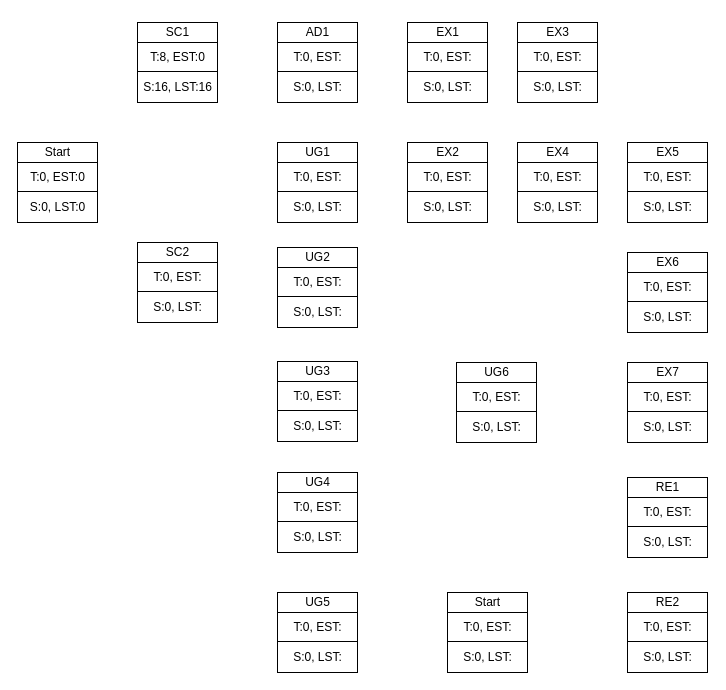
The draw.io diagram CPM.drawio in jonamadk/DrawIO, before the edit. Source tidied: cells renumbered, new cells numbered last; positions are measured from the earlier drawing's top-left corner, leaving out a move shared by most shapes. Both pictures are drawn from the tidied source at 100%, with x=0, y=0 at pixel (17, 17).
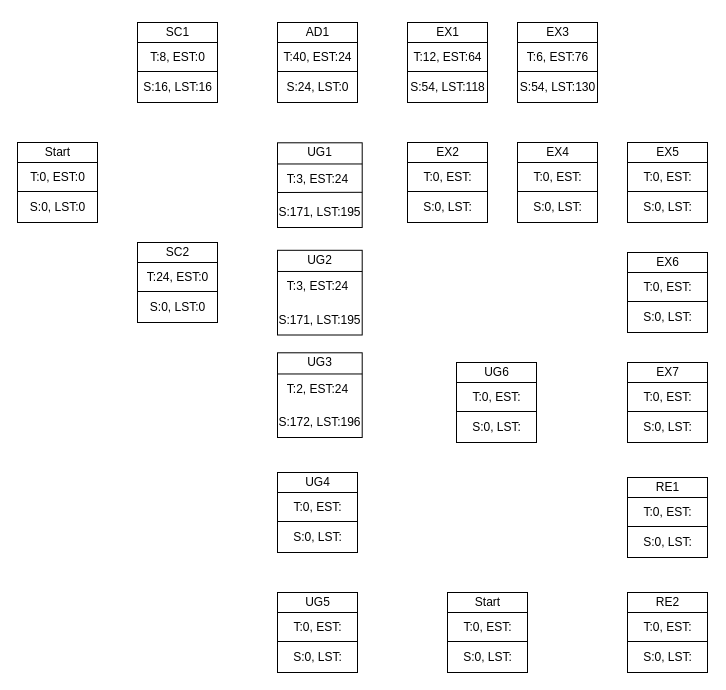
Above is the later version.

The change refers to these unchanged cells:
```xml
<mxCell id="9" style="group;" parent="1" vertex="1">
  <mxGeometry x="120" y="220" width="80" height="85" as="geometry" />
</mxCell>
```

Change to the diagram source:
```diff
@@
-    <mxCell id="14" value="T:0, EST:" style="text;html=1;align=center;verticalAlign=middle;strokeColor=none;fillColor=none;" parent="9" vertex="1">
-      <mxGeometry x="5" y="25" width="70" height="30" as="geometry" />
+    <mxCell id="14" value="T:24, EST:0" style="text;html=1;align=center;verticalAlign=middle;strokeColor=none;fillColor=none;" parent="9" vertex="1">
+      <mxGeometry y="25" width="80" height="30" as="geometry" />
     </mxCell>
-    <mxCell id="15" value="S:0, LST:" style="text;html=1;align=center;verticalAlign=middle;strokeColor=none;fillColor=none;" parent="9" vertex="1">
-      <mxGeometry x="5" y="55" width="70" height="30" as="geometry" />
+    <mxCell id="15" value="S:0, LST:0" style="text;html=1;align=center;verticalAlign=middle;strokeColor=none;fillColor=none;" parent="9" vertex="1">
+      <mxGeometry y="55" width="80" height="30" as="geometry" />
     </mxCell>
@@
-    <mxCell id="44" style="group;" parent="1" vertex="1">
-      <mxGeometry x="260" y="339" width="80" height="85" as="geometry" />
-    </mxCell>
-    <mxCell id="45" style="whiteSpace=wrap;html=1;" parent="44" vertex="1">
-      <mxGeometry y="5" width="80" height="80" as="geometry" />
-    </mxCell>
-    <mxCell id="46" style="endArrow=none;html=1;rounded=0;exitX=0;exitY=0.25;exitDx=0;exitDy=0;entryX=1;entryY=0.25;entryDx=0;entryDy=0;" parent="44" edge="1" source="45" target="45">
-      <mxGeometry relative="1" as="geometry" />
-    </mxCell>
-    <mxCell id="47" value="UG3" style="text;html=1;align=center;verticalAlign=middle;strokeColor=none;fillColor=none;" parent="44" vertex="1">
-      <mxGeometry x="15" width="50" height="30" as="geometry" />
-    </mxCell>
-    <mxCell id="48" style="endArrow=none;html=1;rounded=0;exitX=0;exitY=0.75;exitDx=0;exitDy=0;entryX=1;entryY=0.75;entryDx=0;entryDy=0;" parent="44" edge="1">
-      <mxGeometry relative="1" as="geometry">
-        <mxPoint y="54" as="sourcePoint" />
-        <mxPoint x="80" y="54" as="targetPoint" />
-      </mxGeometry>
-    </mxCell>
-    <mxCell id="49" value="T:0, EST:" style="text;html=1;align=center;verticalAlign=middle;strokeColor=none;fillColor=none;" parent="44" vertex="1">
-      <mxGeometry x="5" y="25" width="70" height="30" as="geometry" />
-    </mxCell>
-    <mxCell id="50" value="S:0, LST:" style="text;html=1;align=center;verticalAlign=middle;strokeColor=none;fillColor=none;" parent="44" vertex="1">
-      <mxGeometry x="5" y="55" width="70" height="30" as="geometry" />
-    </mxCell>
-    <mxCell id="51" style="group;" parent="1" vertex="1">
-      <mxGeometry x="260" y="225" width="80" height="85" as="geometry" />
-    </mxCell>
-    <mxCell id="52" style="whiteSpace=wrap;html=1;" parent="51" vertex="1">
-      <mxGeometry y="5" width="80" height="80" as="geometry" />
-    </mxCell>
-    <mxCell id="53" style="endArrow=none;html=1;rounded=0;exitX=0;exitY=0.25;exitDx=0;exitDy=0;entryX=1;entryY=0.25;entryDx=0;entryDy=0;" parent="51" edge="1" source="52" target="52">
-      <mxGeometry relative="1" as="geometry" />
-    </mxCell>
-    <mxCell id="54" value="UG2" style="text;html=1;align=center;verticalAlign=middle;strokeColor=none;fillColor=none;" parent="51" vertex="1">
-      <mxGeometry x="15" width="50" height="30" as="geometry" />
-    </mxCell>
-    <mxCell id="55" style="endArrow=none;html=1;rounded=0;exitX=0;exitY=0.75;exitDx=0;exitDy=0;entryX=1;entryY=0.75;entryDx=0;entryDy=0;" parent="51" edge="1">
-      <mxGeometry relative="1" as="geometry">
-        <mxPoint y="54" as="sourcePoint" />
-        <mxPoint x="80" y="54" as="targetPoint" />
-      </mxGeometry>
-    </mxCell>
-    <mxCell id="56" value="T:0, EST:" style="text;html=1;align=center;verticalAlign=middle;strokeColor=none;fillColor=none;" parent="51" vertex="1">
-      <mxGeometry x="5" y="25" width="70" height="30" as="geometry" />
-    </mxCell>
-    <mxCell id="57" value="S:0, LST:" style="text;html=1;align=center;verticalAlign=middle;strokeColor=none;fillColor=none;" parent="51" vertex="1">
-      <mxGeometry x="5" y="55" width="70" height="30" as="geometry" />
-    </mxCell>
     <mxCell id="58" style="group;" parent="1" vertex="1">
-      <mxGeometry x="260" y="120" width="80" height="85" as="geometry" />
+      <mxGeometry x="260" y="120" width="110" height="90" as="geometry" />
     </mxCell>
     <mxCell id="59" style="whiteSpace=wrap;html=1;" parent="58" vertex="1">
-      <mxGeometry y="5" width="80" height="80" as="geometry" />
+      <mxGeometry y="5.3" width="84.7" height="84.7" as="geometry" />
     </mxCell>
@@
     <mxCell id="61" value="UG1" style="text;html=1;align=center;verticalAlign=middle;strokeColor=none;fillColor=none;" parent="58" vertex="1">
-      <mxGeometry x="15" width="50" height="30" as="geometry" />
+      <mxGeometry x="17.4" width="50" height="30" as="geometry" />
     </mxCell>
-    <mxCell id="62" style="endArrow=none;html=1;rounded=0;exitX=0;exitY=0.75;exitDx=0;exitDy=0;entryX=1;entryY=0.75;entryDx=0;entryDy=0;" parent="58" edge="1">
-      <mxGeometry relative="1" as="geometry">
-        <mxPoint y="54" as="sourcePoint" />
-        <mxPoint x="80" y="54" as="targetPoint" />
-      </mxGeometry>
-    </mxCell>
+    <mxCell id="64" value="S:171, LST:195" style="text;html=1;align=center;verticalAlign=middle;strokeColor=none;fillColor=none;" parent="58" vertex="1">
+      <mxGeometry x="-12.6" y="60" width="110" height="30" as="geometry" />
+    </mxCell>
-    <mxCell id="63" value="T:0, EST:" style="text;html=1;align=center;verticalAlign=middle;strokeColor=none;fillColor=none;" parent="58" vertex="1">
-      <mxGeometry x="5" y="25" width="70" height="30" as="geometry" />
+    <mxCell id="63" value="T:3, EST:24" style="text;html=1;align=center;verticalAlign=middle;strokeColor=none;fillColor=none;" parent="58" vertex="1">
+      <mxGeometry y="26.5" width="80" height="30" as="geometry" />
     </mxCell>
-    <mxCell id="64" value="S:0, LST:" style="text;html=1;align=center;verticalAlign=middle;strokeColor=none;fillColor=none;" parent="58" vertex="1">
-      <mxGeometry x="5" y="55" width="70" height="30" as="geometry" />
-    </mxCell>
     <mxCell id="65" style="group;" parent="1" vertex="1">
-      <mxGeometry x="500" width="80" height="85" as="geometry" />
+      <mxGeometry x="500" width="90" height="85" as="geometry" />
     </mxCell>
@@
-    <mxCell id="70" value="T:0, EST:" style="text;html=1;align=center;verticalAlign=middle;strokeColor=none;fillColor=none;" parent="65" vertex="1">
-      <mxGeometry x="5" y="25" width="70" height="30" as="geometry" />
+    <mxCell id="70" value="T:6, EST:76" style="text;html=1;align=center;verticalAlign=middle;strokeColor=none;fillColor=none;" parent="65" vertex="1">
+      <mxGeometry y="25" width="80" height="30" as="geometry" />
     </mxCell>
-    <mxCell id="71" value="S:0, LST:" style="text;html=1;align=center;verticalAlign=middle;strokeColor=none;fillColor=none;" parent="65" vertex="1">
-      <mxGeometry x="5" y="55" width="70" height="30" as="geometry" />
+    <mxCell id="71" value="S:54, LST:130" style="text;html=1;align=center;verticalAlign=middle;strokeColor=none;fillColor=none;" parent="65" vertex="1">
+      <mxGeometry x="-10" y="55" width="100" height="30" as="geometry" />
     </mxCell>
     <mxCell id="72" style="group;" parent="1" vertex="1">
-      <mxGeometry x="390" width="80" height="85" as="geometry" />
+      <mxGeometry x="390" width="90" height="85" as="geometry" />
     </mxCell>
@@
-    <mxCell id="77" value="T:0, EST:" style="text;html=1;align=center;verticalAlign=middle;strokeColor=none;fillColor=none;" parent="72" vertex="1">
-      <mxGeometry x="5" y="25" width="70" height="30" as="geometry" />
+    <mxCell id="77" value="T:12, EST:64" style="text;html=1;align=center;verticalAlign=middle;strokeColor=none;fillColor=none;" parent="72" vertex="1">
+      <mxGeometry x="-5" y="25" width="90" height="30" as="geometry" />
     </mxCell>
-    <mxCell id="78" value="S:0, LST:" style="text;html=1;align=center;verticalAlign=middle;strokeColor=none;fillColor=none;" parent="72" vertex="1">
-      <mxGeometry x="5" y="55" width="70" height="30" as="geometry" />
+    <mxCell id="78" value="S:54, LST:118" style="text;html=1;align=center;verticalAlign=middle;strokeColor=none;fillColor=none;" parent="72" vertex="1">
+      <mxGeometry x="-10" y="55" width="100" height="30" as="geometry" />
     </mxCell>
     <mxCell id="79" style="group;" parent="1" vertex="1">
-      <mxGeometry x="260" width="80" height="85" as="geometry" />
+      <mxGeometry x="260" width="85" height="85" as="geometry" />
     </mxCell>
@@
-    <mxCell id="84" value="T:0, EST:" style="text;html=1;align=center;verticalAlign=middle;strokeColor=none;fillColor=none;" parent="79" vertex="1">
-      <mxGeometry x="5" y="25" width="70" height="30" as="geometry" />
+    <mxCell id="84" value="T:40, EST:24" style="text;html=1;align=center;verticalAlign=middle;strokeColor=none;fillColor=none;" parent="79" vertex="1">
+      <mxGeometry x="-5" y="25" width="90" height="30" as="geometry" />
     </mxCell>
-    <mxCell id="85" value="S:0, LST:" style="text;html=1;align=center;verticalAlign=middle;strokeColor=none;fillColor=none;" parent="79" vertex="1">
-      <mxGeometry x="5" y="55" width="70" height="30" as="geometry" />
+    <mxCell id="85" value="S:24, LST:0" style="text;html=1;align=center;verticalAlign=middle;strokeColor=none;fillColor=none;" parent="79" vertex="1">
+      <mxGeometry x="-5" y="55" width="90" height="30" as="geometry" />
     </mxCell>
@@
+    <mxCell id="142" style="endArrow=none;html=1;rounded=0;entryX=1;entryY=0.75;entryDx=0;entryDy=0;" parent="1" edge="1">
+      <mxGeometry relative="1" as="geometry">
+        <mxPoint x="260" y="175" as="sourcePoint" />
+        <mxPoint x="344.7" y="174.8" as="targetPoint" />
+      </mxGeometry>
+    </mxCell>
+    <mxCell id="143" style="group;" parent="1" vertex="1">
+      <mxGeometry x="260" y="227.5" width="110" height="90" as="geometry" />
+    </mxCell>
+    <mxCell id="144" style="whiteSpace=wrap;html=1;" parent="143" vertex="1">
+      <mxGeometry y="5.3" width="84.7" height="84.7" as="geometry" />
+    </mxCell>
+    <mxCell id="145" style="endArrow=none;html=1;rounded=0;exitX=0;exitY=0.25;exitDx=0;exitDy=0;entryX=1;entryY=0.25;entryDx=0;entryDy=0;" parent="143" edge="1" source="144" target="144">
+      <mxGeometry relative="1" as="geometry" />
+    </mxCell>
+    <mxCell id="54" value="UG2" style="text;html=1;align=center;verticalAlign=middle;strokeColor=none;fillColor=none;" parent="143" vertex="1">
+      <mxGeometry x="17.4" width="50" height="30" as="geometry" />
+    </mxCell>
+    <mxCell id="146" value="S:171, LST:195" style="text;html=1;align=center;verticalAlign=middle;strokeColor=none;fillColor=none;" parent="143" vertex="1">
+      <mxGeometry x="-12.6" y="60" width="110" height="30" as="geometry" />
+    </mxCell>
+    <mxCell id="147" value="T:3, EST:24" style="text;html=1;align=center;verticalAlign=middle;strokeColor=none;fillColor=none;" parent="143" vertex="1">
+      <mxGeometry y="26.5" width="80" height="30" as="geometry" />
+    </mxCell>
+    <mxCell id="148" style="group;" parent="1" vertex="1">
+      <mxGeometry x="260" y="330" width="110" height="90" as="geometry" />
+    </mxCell>
+    <mxCell id="149" style="whiteSpace=wrap;html=1;" parent="148" vertex="1">
+      <mxGeometry y="5.3" width="84.7" height="84.7" as="geometry" />
+    </mxCell>
+    <mxCell id="150" style="endArrow=none;html=1;rounded=0;exitX=0;exitY=0.25;exitDx=0;exitDy=0;entryX=1;entryY=0.25;entryDx=0;entryDy=0;" parent="148" edge="1" source="149" target="149">
+      <mxGeometry relative="1" as="geometry" />
+    </mxCell>
+    <mxCell id="47" value="UG3" style="text;html=1;align=center;verticalAlign=middle;strokeColor=none;fillColor=none;" parent="148" vertex="1">
+      <mxGeometry x="17.4" width="50" height="30" as="geometry" />
+    </mxCell>
+    <mxCell id="151" value="S:172, LST:196" style="text;html=1;align=center;verticalAlign=middle;strokeColor=none;fillColor=none;" parent="148" vertex="1">
+      <mxGeometry x="-12.6" y="60" width="110" height="30" as="geometry" />
+    </mxCell>
+    <mxCell id="152" value="T:2, EST:24" style="text;html=1;align=center;verticalAlign=middle;strokeColor=none;fillColor=none;" parent="148" vertex="1">
+      <mxGeometry y="26.5" width="80" height="30" as="geometry" />
+    </mxCell>
```
